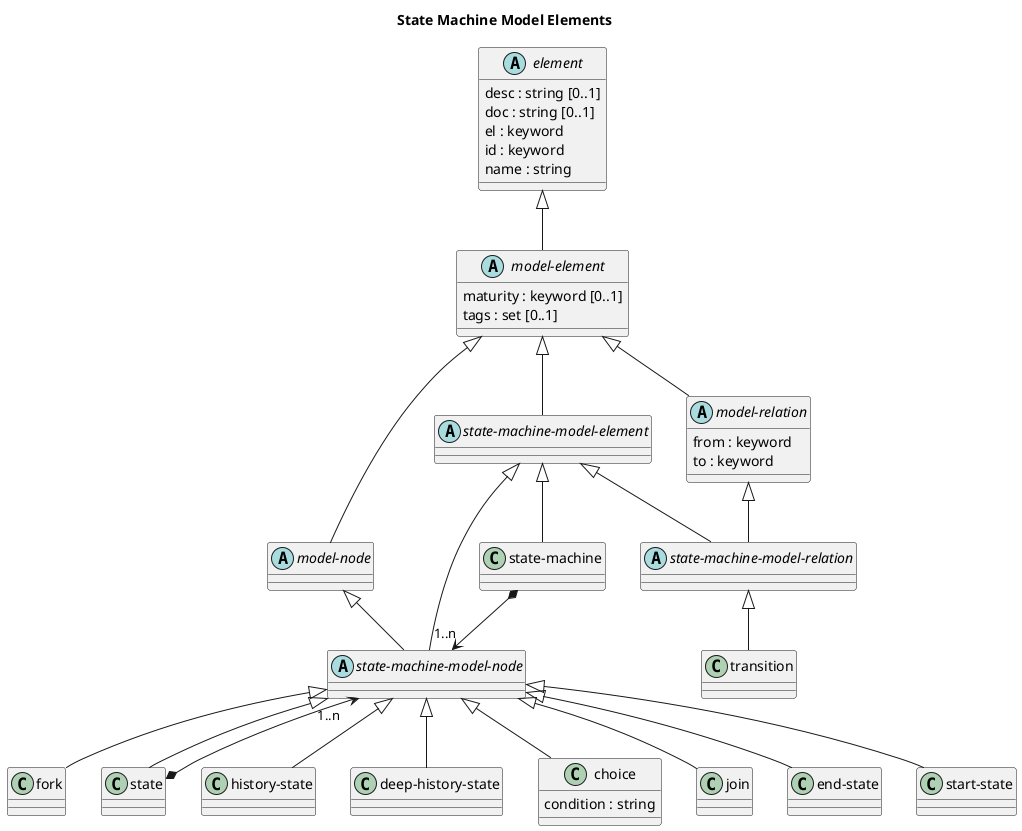
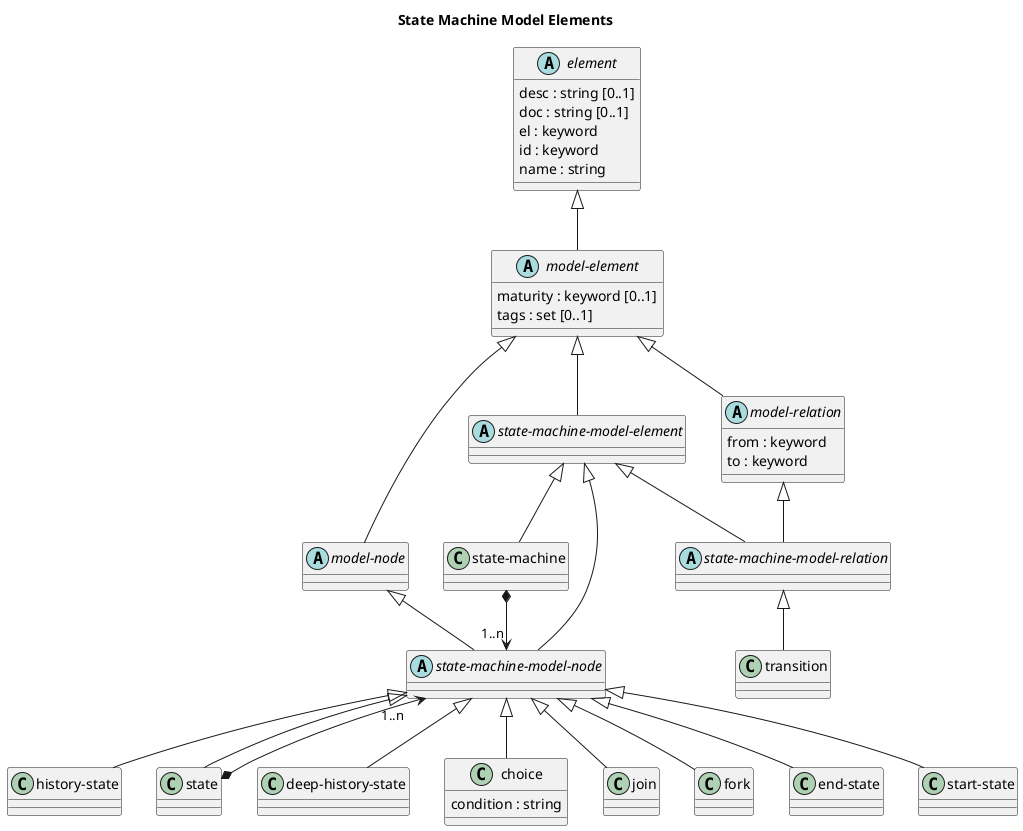
@startuml state-machine-model-elements






title State Machine Model Elements

- class "fork" as overarch_dataModel_fork {}
- class "state-machine" as overarch_dataModel_stateMachine {}
class "history-state" as overarch_dataModel_historyState {}
abstract class "state-machine-model-element" as overarch_dataModel_stateMachineModelElement {}
abstract class "model-element" as overarch_dataModel_modelElement {
  maturity : keyword [0..1]
  tags : set [0..1]
}
class "deep-history-state" as overarch_dataModel_deepHistoryState {}
class "choice" as overarch_dataModel_choice {
  condition : string
}
class "state" as overarch_dataModel_state {}
+ class "state-machine" as overarch_dataModel_stateMachine {}
abstract class "model-node" as overarch_dataModel_modelNode {}
abstract class "model-relation" as overarch_dataModel_modelRelation {
  from : keyword
  to : keyword
}
+ class "join" as overarch_dataModel_join {}
+ class "fork" as overarch_dataModel_fork {}
abstract class "state-machine-model-relation" as overarch_dataModel_stateMachineModelRelation {}
class "transition" as overarch_dataModel_transition {}
- class "join" as overarch_dataModel_join {}
class "end-state" as overarch_dataModel_endState {}
abstract class "state-machine-model-node" as overarch_dataModel_stateMachineModelNode {}
abstract class "element" as overarch_dataModel_element {
  desc : string [0..1]
  doc : string [0..1]
  el : keyword
  id : keyword
  name : string
}
class "start-state" as overarch_dataModel_startState {}
overarch_dataModel_stateMachineModelNode <|-- overarch_dataModel_choice
overarch_dataModel_element <|-- overarch_dataModel_modelElement
overarch_dataModel_modelElement <|-- overarch_dataModel_modelNode
overarch_dataModel_stateMachineModelRelation <|-- overarch_dataModel_transition
overarch_dataModel_stateMachineModelElement <|-- overarch_dataModel_stateMachine
overarch_dataModel_stateMachineModelNode <|-- overarch_dataModel_endState
overarch_dataModel_stateMachineModelNode <|-- overarch_dataModel_fork
overarch_dataModel_modelElement <|-- overarch_dataModel_modelRelation
overarch_dataModel_stateMachineModelNode <|-- overarch_dataModel_startState
overarch_dataModel_modelElement <|-- overarch_dataModel_stateMachineModelElement
overarch_dataModel_stateMachineModelNode <|-- overarch_dataModel_deepHistoryState
overarch_dataModel_state *-->  "1..n" overarch_dataModel_stateMachineModelNode
overarch_dataModel_modelRelation <|-- overarch_dataModel_stateMachineModelRelation
overarch_dataModel_stateMachineModelElement <|-- overarch_dataModel_stateMachineModelRelation
overarch_dataModel_stateMachine *-->  "1..n" overarch_dataModel_stateMachineModelNode
overarch_dataModel_modelNode <|-- overarch_dataModel_stateMachineModelNode
overarch_dataModel_stateMachineModelElement <|-- overarch_dataModel_stateMachineModelNode
overarch_dataModel_stateMachineModelNode <|-- overarch_dataModel_historyState
overarch_dataModel_stateMachineModelNode <|-- overarch_dataModel_state
overarch_dataModel_stateMachineModelNode <|-- overarch_dataModel_join
@enduml
